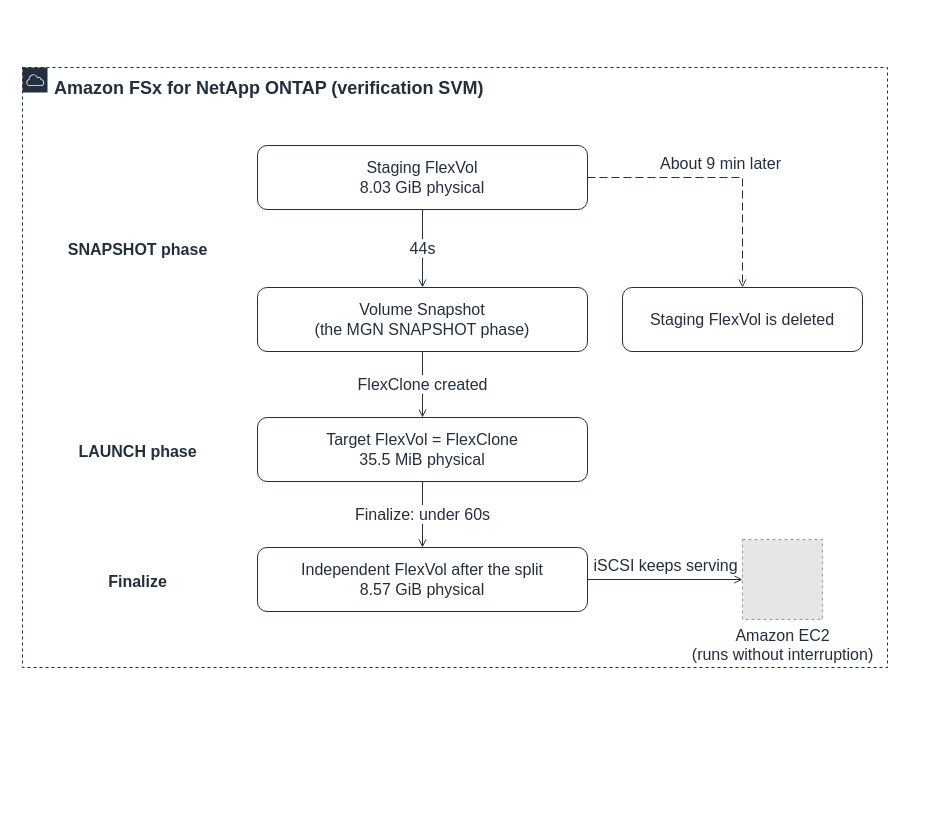
The draw.io diagram docs/_assets/diagrams/atx-fsxn-finalize-flexclone-en.drawio in Yoshiki0705/vmware-migration-ec2-ontap, before the edit. Source tidied: cells renumbered, new cells numbered last; positions are measured from the earlier drawing's top-left corner, leaving out a move shared by most shapes. Both pictures are drawn from the tidied source at 100%, with x=0, y=0 at pixel (22, 67). Pictures stored in the file or linked from it are replaced by grey dashed boxes.
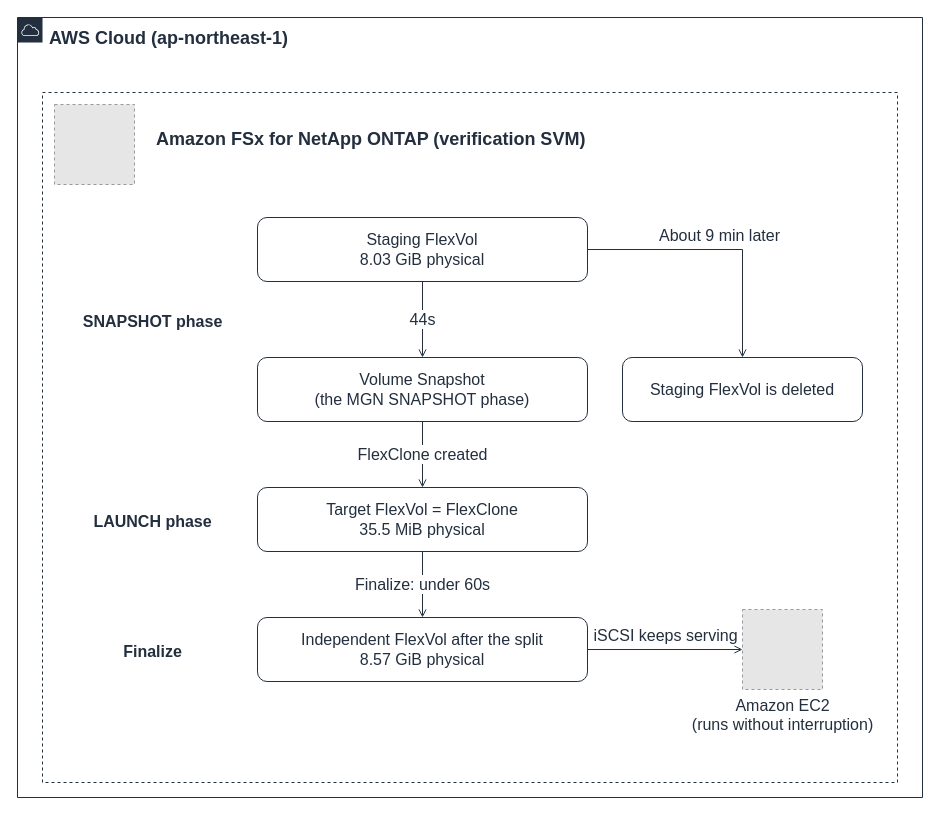
The same diagram, later.

What changed in the source:
```diff
@@
+    <mxCell id="17" value="AWS Cloud (ap-northeast-1)" style="gradientColor=none;html=1;whiteSpace=wrap;fontSize=18;fontStyle=1;fontColor=#232F3E;shape=mxgraph.aws4.group;grIcon=mxgraph.aws4.group_aws_cloud;strokeColor=#232F3E;fillColor=none;verticalAlign=top;align=left;spacingLeft=30;spacingTop=4;dashed=0;" parent="1" vertex="1">
+      <mxGeometry x="-5" y="-50" width="905" height="780" as="geometry" />
+    </mxCell>
-    <mxCell id="2" value="Amazon FSx for NetApp ONTAP (verification SVM)" style="gradientColor=none;html=1;whiteSpace=wrap;fontSize=18;fontStyle=1;fontColor=#232F3E;shape=mxgraph.aws4.group;grIcon=mxgraph.aws4.group_aws_cloud;strokeColor=#232F3E;fillColor=none;verticalAlign=top;align=left;spacingLeft=30;spacingTop=4;dashed=1;" parent="1" vertex="1">
-      <mxGeometry width="865" height="600" as="geometry" />
+    <mxCell id="2" value="Amazon FSx for NetApp ONTAP (verification SVM)" style="gradientColor=none;html=1;whiteSpace=wrap;fontSize=18;fontStyle=1;fontColor=#232F3E;shape=mxgraph.aws4.group;strokeColor=#232F3E;fillColor=none;verticalAlign=top;align=left;spacingLeft=112;spacingTop=30;dashed=1;" parent="1" vertex="1">
+      <mxGeometry x="20" y="25" width="855" height="690" as="geometry" />
     </mxCell>
     <mxCell id="3" value="Staging FlexVol&#10;8.03 GiB physical" style="rounded=1;whiteSpace=wrap;html=1;strokeColor=#232F3E;fillColor=none;fontColor=#232F3E;fontSize=16;verticalAlign=middle;align=center;" parent="1" vertex="1">
-      <mxGeometry x="235" y="78" width="330" height="64" as="geometry" />
+      <mxGeometry x="235" y="150" width="330" height="64" as="geometry" />
     </mxCell>
     <mxCell id="4" value="Volume Snapshot&#10;(the MGN SNAPSHOT phase)" style="rounded=1;whiteSpace=wrap;html=1;strokeColor=#232F3E;fillColor=none;fontColor=#232F3E;fontSize=16;verticalAlign=middle;align=center;" parent="1" vertex="1">
-      <mxGeometry x="235" y="220" width="330" height="64" as="geometry" />
+      <mxGeometry x="235" y="290" width="330" height="64" as="geometry" />
     </mxCell>
     <mxCell id="5" value="Target FlexVol = FlexClone&#10;35.5 MiB physical" style="rounded=1;whiteSpace=wrap;html=1;strokeColor=#232F3E;fillColor=none;fontColor=#232F3E;fontSize=16;verticalAlign=middle;align=center;" parent="1" vertex="1">
-      <mxGeometry x="235" y="350" width="330" height="64" as="geometry" />
+      <mxGeometry x="235" y="420" width="330" height="64" as="geometry" />
     </mxCell>
     <mxCell id="6" value="Independent FlexVol after the split&#10;8.57 GiB physical" style="rounded=1;whiteSpace=wrap;html=1;strokeColor=#232F3E;fillColor=none;fontColor=#232F3E;fontSize=16;verticalAlign=middle;align=center;" parent="1" vertex="1">
-      <mxGeometry x="235" y="480" width="330" height="64" as="geometry" />
+      <mxGeometry x="235" y="550" width="330" height="64" as="geometry" />
     </mxCell>
     <mxCell id="7" value="Staging FlexVol is deleted" style="rounded=1;whiteSpace=wrap;html=1;strokeColor=#232F3E;fillColor=none;fontColor=#232F3E;fontSize=16;verticalAlign=middle;align=center;" parent="1" vertex="1">
-      <mxGeometry x="600" y="220" width="240" height="64" as="geometry" />
+      <mxGeometry x="600" y="290" width="240" height="64" as="geometry" />
     </mxCell>
     <mxCell id="8" value="SNAPSHOT phase" style="text;html=1;strokeColor=none;fillColor=none;align=center;verticalAlign=middle;fontSize=16;fontStyle=1;fontColor=#232F3E;" parent="1" vertex="1">
-      <mxGeometry x="15" y="158" width="200" height="48" as="geometry" />
+      <mxGeometry x="45" y="230" width="170" height="48" as="geometry" />
     </mxCell>
     <mxCell id="9" value="LAUNCH phase" style="text;html=1;strokeColor=none;fillColor=none;align=center;verticalAlign=middle;fontSize=16;fontStyle=1;fontColor=#232F3E;" parent="1" vertex="1">
-      <mxGeometry x="15" y="360" width="200" height="48" as="geometry" />
+      <mxGeometry x="45" y="430" width="170" height="48" as="geometry" />
     </mxCell>
     <mxCell id="10" value="Finalize" style="text;html=1;strokeColor=none;fillColor=none;align=center;verticalAlign=middle;fontSize=16;fontStyle=1;fontColor=#232F3E;" parent="1" vertex="1">
-      <mxGeometry x="15" y="490" width="200" height="48" as="geometry" />
+      <mxGeometry x="45" y="560" width="170" height="48" as="geometry" />
     </mxCell>
+    <mxCell id="18" style="fillColor=#E6E6E6;strokeColor=#999999;dashed=1;html=1;verticalLabelPosition=bottom;verticalAlign=top;labelPosition=center;align=center;fontSize=16;fontColor=#232F3E;" parent="1" vertex="1">
+      <mxGeometry x="32" y="37" width="80" height="80" as="geometry" />
+    </mxCell>
     <mxCell id="11" value="Amazon EC2&#10;(runs without interruption)" style="fillColor=#E6E6E6;strokeColor=#999999;dashed=1;html=1;verticalLabelPosition=bottom;verticalAlign=top;labelPosition=center;align=center;fontSize=16;fontColor=#232F3E;" parent="1" vertex="1">
-      <mxGeometry x="720" y="472" width="80" height="80" as="geometry" />
+      <mxGeometry x="720" y="542" width="80" height="80" as="geometry" />
     </mxCell>
@@
-    <mxCell id="15" value="About 9 min later" style="edgeStyle=orthogonalEdgeStyle;rounded=0;html=1;endArrow=open;endFill=0;strokeColor=#232F3E;strokeWidth=1;fontSize=16;fontColor=#232F3E;labelBackgroundColor=#FFFFFF;exitX=1;exitY=0.5;exitDx=0;exitDy=0;entryX=0.5;entryY=0;entryDx=0;entryDy=0;dashed=1;dashPattern=8 4;" parent="1" edge="1" source="3" target="7">
+    <mxCell id="15" value="About 9 min later" style="edgeStyle=orthogonalEdgeStyle;rounded=0;html=1;endArrow=open;endFill=0;strokeColor=#232F3E;strokeWidth=1;fontSize=16;fontColor=#232F3E;labelBackgroundColor=#FFFFFF;exitX=1;exitY=0.5;exitDx=0;exitDy=0;entryX=0.5;entryY=0;entryDx=0;entryDy=0;" parent="1" edge="1" source="3" target="7">
       <mxGeometry relative="1" as="geometry">
         <mxPoint y="-14" as="offset" />
       </mxGeometry>
     </mxCell>
```
